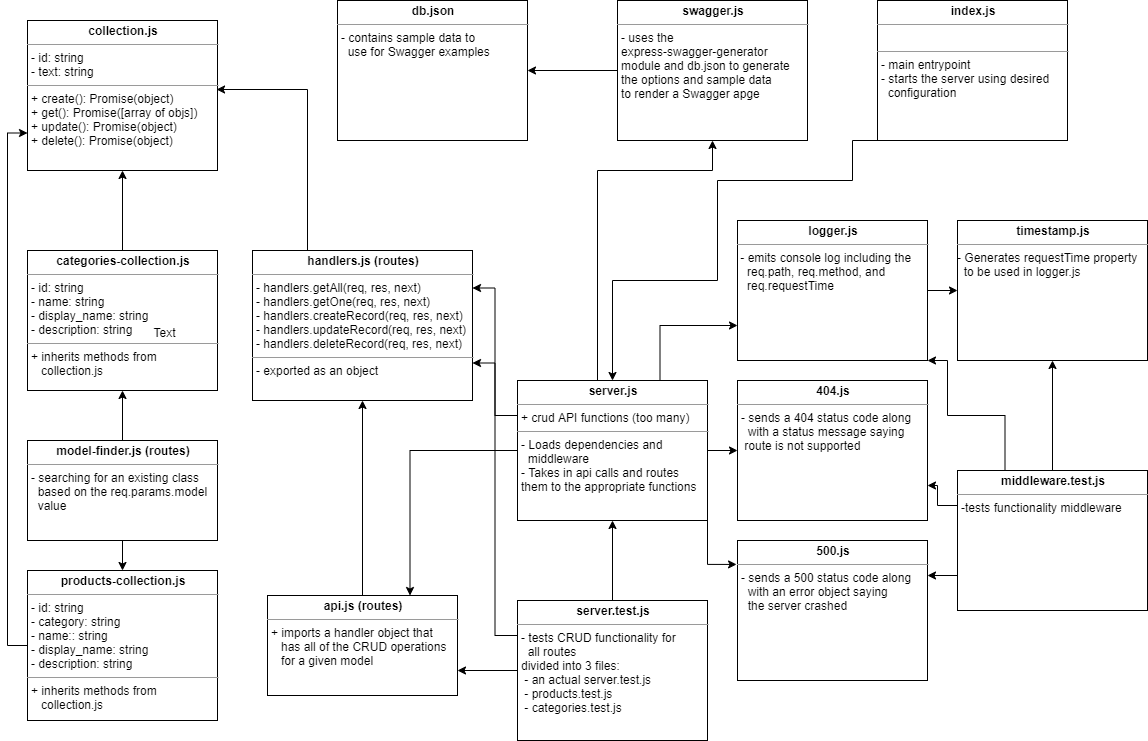
earljay-caoile-401-advanced-javascript/api-server keeps this draw.io diagram as lab-09-uml.png. Above is the earlier version. Source tidied: cells renumbered, new cells last; positions are measured from the earlier drawing's top-left corner, leaving out a move shared by most shapes.
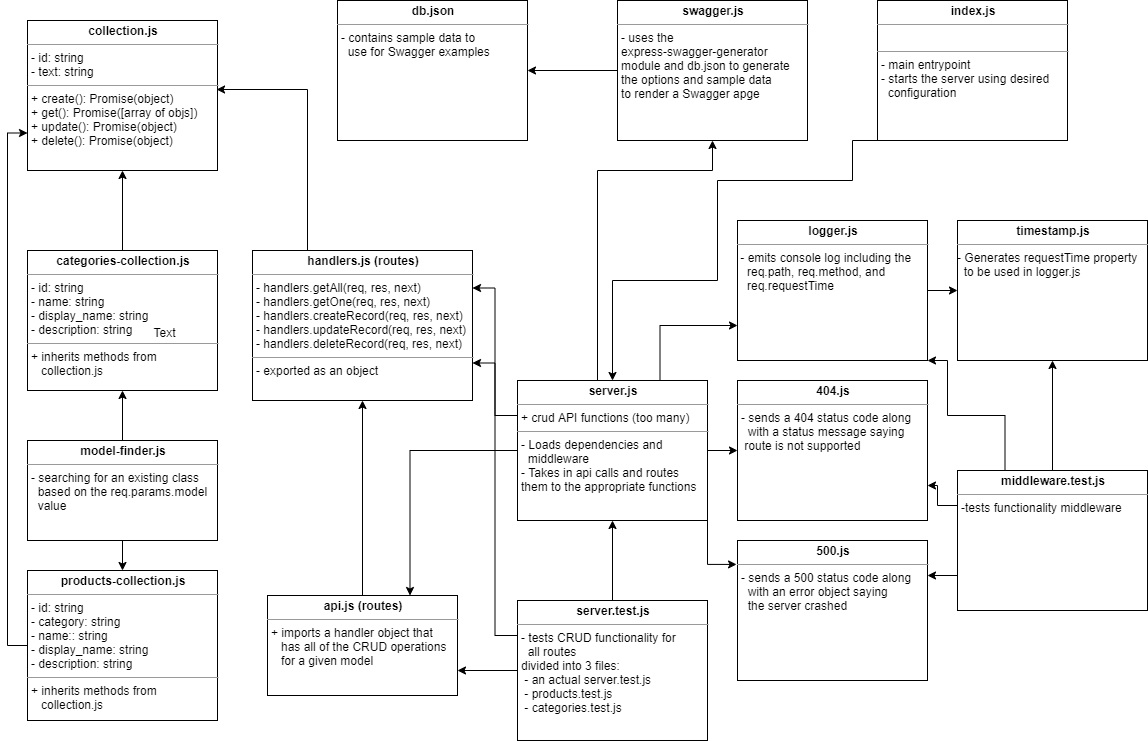
The same diagram one commit later.

Change to the diagram source:
```diff
@@ -137,7 +137,7 @@
     <mxCell id="38" style="edgeStyle=orthogonalEdgeStyle;rounded=0;jettySize=auto;html=1;exitX=0.5;exitY=0;exitDx=0;exitDy=0;entryX=0.5;entryY=1;entryDx=0;entryDy=0;" parent="1" edge="1" source="39" target="22">
       <mxGeometry relative="1" as="geometry" />
     </mxCell>
-    <mxCell id="39" value="&lt;p style=&quot;margin: 0px ; margin-top: 4px ; text-align: center&quot;&gt;&lt;b&gt;model-finder.js (routes)&lt;/b&gt;&lt;/p&gt;&lt;hr size=&quot;1&quot;&gt;&lt;p style=&quot;margin: 0px 0px 0px 4px&quot;&gt;- searching for an existing class&lt;/p&gt;&lt;p style=&quot;margin: 0px 0px 0px 4px&quot;&gt;&amp;nbsp; based on the req.params.model&lt;/p&gt;&lt;p style=&quot;margin: 0px 0px 0px 4px&quot;&gt;&amp;nbsp; value&lt;/p&gt;" style="verticalAlign=top;align=left;overflow=fill;fontSize=12;fontFamily=Helvetica;html=1;rounded=0;shadow=0;comic=0;labelBackgroundColor=none;strokeWidth=1;" parent="1" vertex="1">
+    <mxCell id="39" value="&lt;p style=&quot;margin: 0px ; margin-top: 4px ; text-align: center&quot;&gt;&lt;b&gt;model-finder.js&lt;/b&gt;&lt;/p&gt;&lt;hr size=&quot;1&quot;&gt;&lt;p style=&quot;margin: 0px 0px 0px 4px&quot;&gt;- searching for an existing class&lt;/p&gt;&lt;p style=&quot;margin: 0px 0px 0px 4px&quot;&gt;&amp;nbsp; based on the req.params.model&lt;/p&gt;&lt;p style=&quot;margin: 0px 0px 0px 4px&quot;&gt;&amp;nbsp; value&lt;/p&gt;" style="verticalAlign=top;align=left;overflow=fill;fontSize=12;fontFamily=Helvetica;html=1;rounded=0;shadow=0;comic=0;labelBackgroundColor=none;strokeWidth=1;" parent="1" vertex="1">
       <mxGeometry y="440" width="190" height="100" as="geometry" />
     </mxCell>
     <mxCell id="40" value="&lt;p style=&quot;margin: 0px ; margin-top: 4px ; text-align: center&quot;&gt;&lt;b&gt;collection.js&lt;/b&gt;&lt;/p&gt;&lt;hr size=&quot;1&quot;&gt;&lt;p style=&quot;margin: 0px ; margin-left: 4px&quot;&gt;- id: string&lt;/p&gt;&lt;p style=&quot;margin: 0px ; margin-left: 4px&quot;&gt;- text: string&lt;/p&gt;&lt;hr size=&quot;1&quot;&gt;&lt;p style=&quot;margin: 0px 0px 0px 4px&quot;&gt;&lt;span&gt;+ create(): Promise(object)&lt;/span&gt;&lt;br&gt;&lt;/p&gt;&lt;p style=&quot;margin: 0px 0px 0px 4px&quot;&gt;+ get(): Promise([array of objs])&lt;/p&gt;&lt;p style=&quot;margin: 0px 0px 0px 4px&quot;&gt;+ update(): Promise(object)&lt;/p&gt;&lt;p style=&quot;margin: 0px 0px 0px 4px&quot;&gt;+ delete(): Promise(object)&lt;/p&gt;" style="verticalAlign=top;align=left;overflow=fill;fontSize=12;fontFamily=Helvetica;html=1;rounded=0;shadow=0;comic=0;labelBackgroundColor=none;strokeWidth=1;" parent="1" vertex="1">
```
